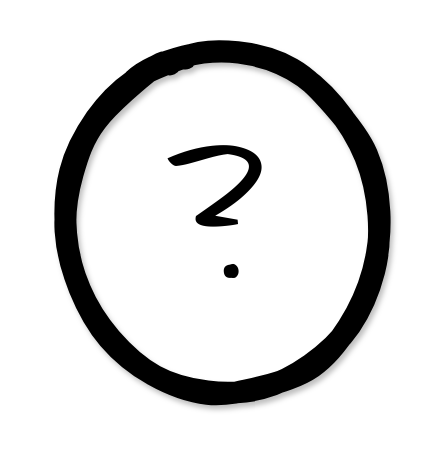
Earlier version of the draw.io diagram page "README" (1 of 2) of src/init.drawio (pegandoasmanhas/init). Source tidied: cells renumbered, new cells numbered last; positions are measured from the earlier drawing's top-left corner, leaving out a move shared by most shapes. Both pictures are drawn from the tidied source at 137%, with x=0, y=0 at pixel (58, 58).
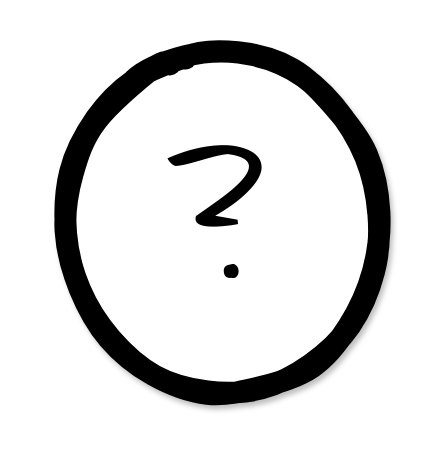
Above is the later version.

Change to the diagram source:
```diff
@@
 <mxGraphModel>
   <root>
     <mxCell id="0" />
     <mxCell id="1" parent="0" />
-    <mxCell id="2" value="&lt;font style=&quot;font-size: 142px&quot;&gt;?&lt;/font&gt;" style="ellipse;whiteSpace=wrap;html=1;sketch=1;fontFamily=Comic Sans MS;fontSize=122;strokeWidth=16;fillStyle=auto;fillColor=none;shadow=1;rotation=354;" parent="1" vertex="1">
+    <mxCell id="2" value="&lt;font style=&quot;font-size: 142px&quot;&gt;?&lt;/font&gt;" style="ellipse;whiteSpace=wrap;html=1;sketch=1;fontFamily=Comic Sans MS;fontSize=122;strokeWidth=16;fillStyle=auto;shadow=1;rotation=354;" parent="1" vertex="1">
       <mxGeometry width="240" height="240" as="geometry" />
     </mxCell>
   </root>
 </mxGraphModel>
```
